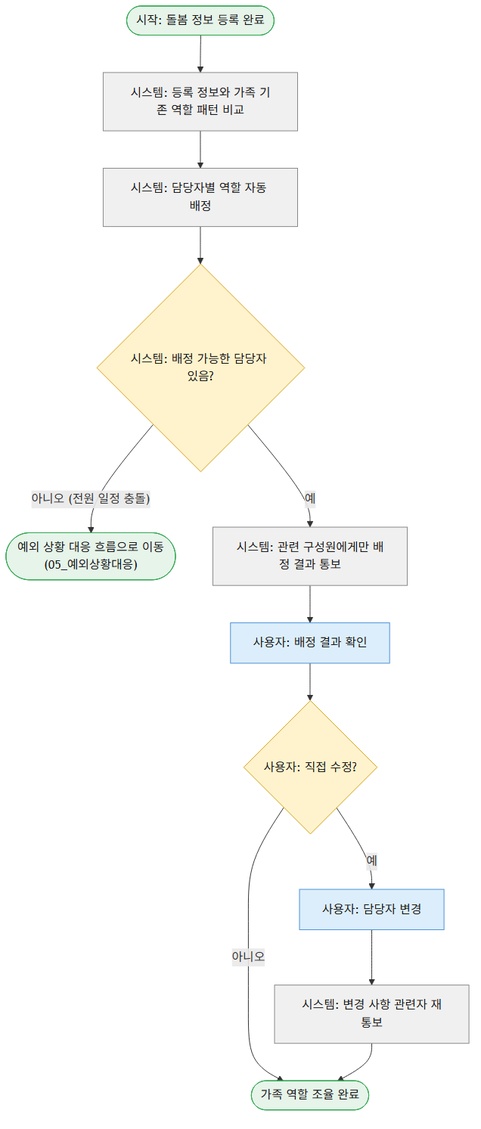
The Mermaid diagram docs/서비스흐름도/04_가족역할조율_RoleMatch.png in tarcein/LGDXPJ, before a commit. Its source is kept beside it as docs/서비스흐름도/04_가족역할조율_RoleMatch.mmd. The source it was exported from:
```mermaid
flowchart TD
    Start(["시작: 돌봄 정보 등록 완료"]):::terminal --> A["시스템: 등록 정보와 가족 기존 역할 패턴 비교"]:::system
    A --> B["시스템: 담당자별 역할 자동 배정"]:::system
    B --> C{"시스템: 배정 가능한 담당자 있음?"}:::decision
    C -- "아니오 (전원 일정 충돌)" --> D(["예외 상황 대응 흐름으로 이동\n(05_예외상황대응)"]):::terminal
    C -- "예" --> E["시스템: 관련 구성원에게만 배정 결과 통보"]:::system
    E --> F["사용자: 배정 결과 확인"]:::user
    F --> G{"사용자: 직접 수정?"}:::decision
    G -- "예" --> H["사용자: 담당자 변경"]:::user
    H --> I["시스템: 변경 사항 관련자 재통보"]:::system
    G -- "아니오" --> End(["가족 역할 조율 완료"]):::terminal
    I --> End

    classDef user fill:#DCEEFB,stroke:#4A90D9,stroke-width:1px,color:#1a1a1a;
    classDef system fill:#F0F0F0,stroke:#888888,stroke-width:1px,color:#1a1a1a;
    classDef external fill:#FFE8CC,stroke:#E08A2C,stroke-width:1px,color:#1a1a1a;
    classDef decision fill:#FFF3CD,stroke:#D4A017,stroke-width:1px,color:#1a1a1a;
    classDef terminal fill:#E6F4EA,stroke:#34A853,stroke-width:1px,color:#1a1a1a;
```
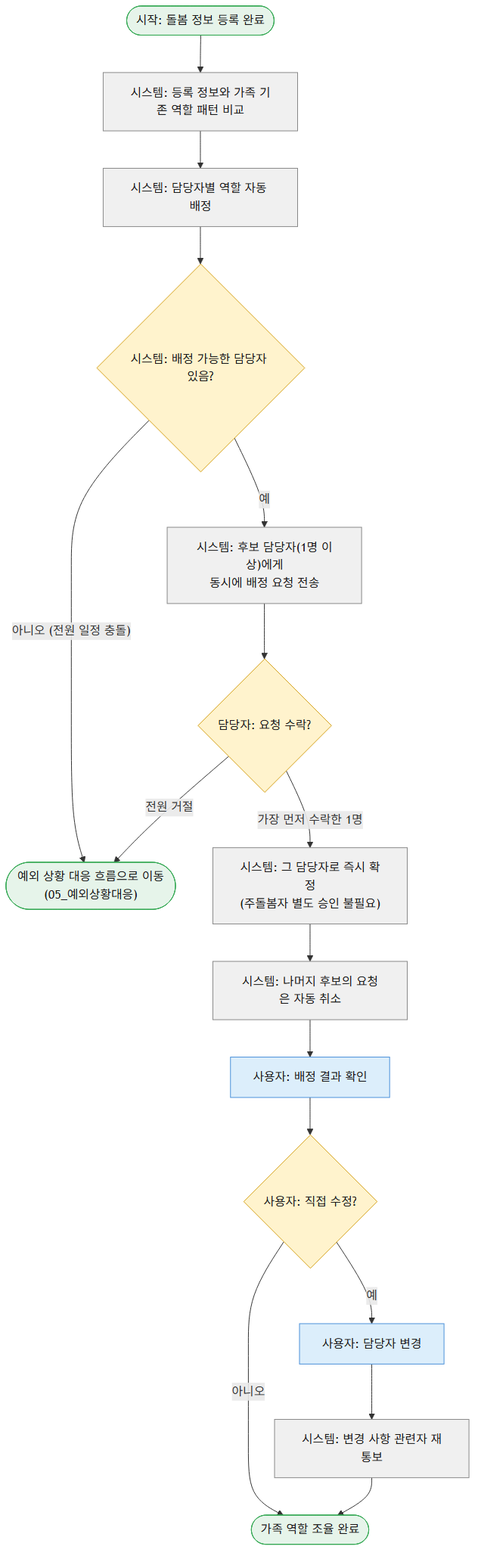
After the change.

Change to the diagram source:
```diff
@@ -3,9 +3,13 @@
     A --> B["시스템: 담당자별 역할 자동 배정"]:::system
     B --> C{"시스템: 배정 가능한 담당자 있음?"}:::decision
     C -- "아니오 (전원 일정 충돌)" --> D(["예외 상황 대응 흐름으로 이동\n(05_예외상황대응)"]):::terminal
-    C -- "예" --> E["시스템: 관련 구성원에게만 배정 결과 통보"]:::system
-    E --> F["사용자: 배정 결과 확인"]:::user
-    F --> G{"사용자: 직접 수정?"}:::decision
+    C -- "예" --> E["시스템: 후보 담당자(1명 이상)에게\n동시에 배정 요청 전송"]:::system
+    E --> F{"담당자: 요청 수락?"}:::decision
+    F -- "가장 먼저 수락한 1명" --> F1["시스템: 그 담당자로 즉시 확정\n(주돌봄자 별도 승인 불필요)"]:::system
+    F1 --> F2["시스템: 나머지 후보의 요청은 자동 취소"]:::system
+    F -- "전원 거절" --> D
+    F2 --> G2["사용자: 배정 결과 확인"]:::user
+    G2 --> G{"사용자: 직접 수정?"}:::decision
     G -- "예" --> H["사용자: 담당자 변경"]:::user
     H --> I["시스템: 변경 사항 관련자 재통보"]:::system
     G -- "아니오" --> End(["가족 역할 조율 완료"]):::terminal
```
